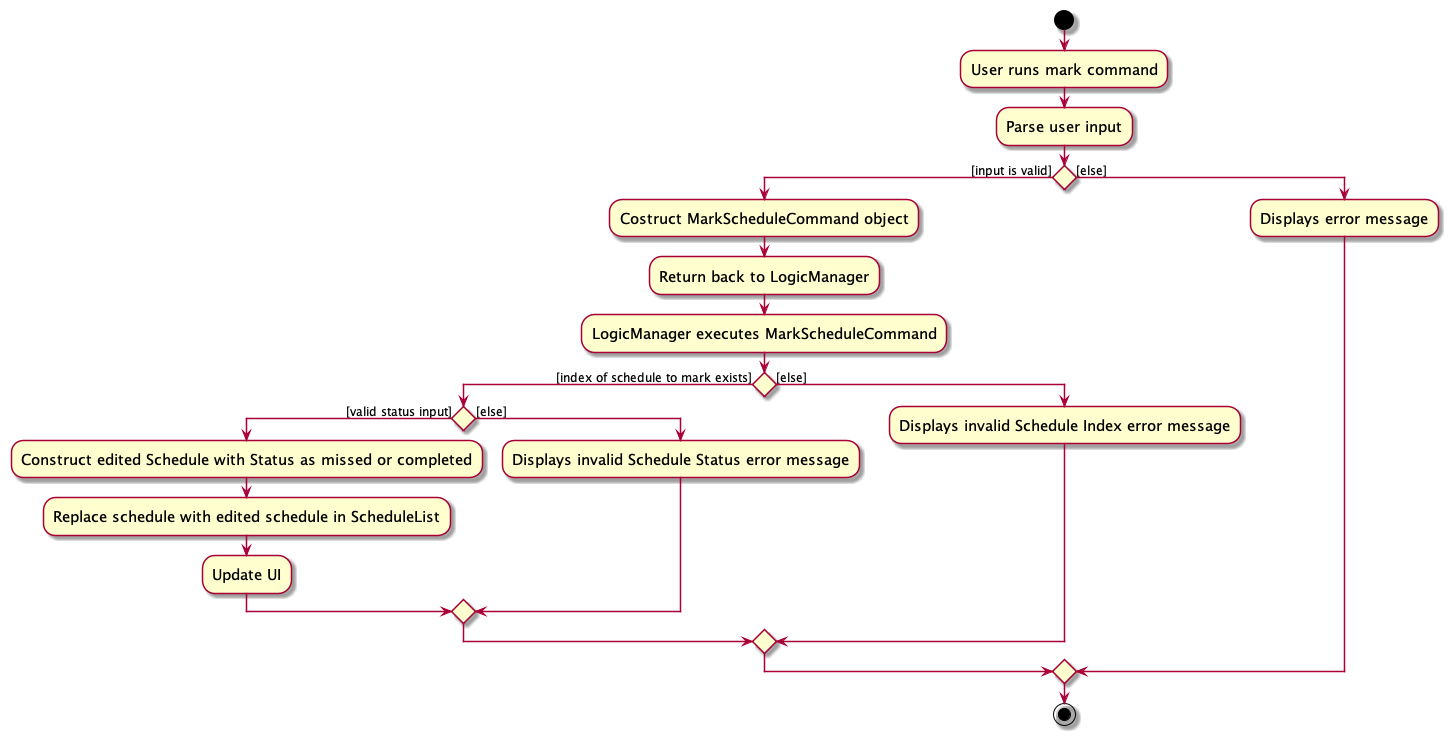
nus-cs2103-AY2324S1/tp keeps this PlantUML diagram as docs/images/MarkScheduleActivityDiagram.png. Above is the earlier version. The source it was exported from:
```plantuml
@startuml
skin rose
skinparam ActivityFontSize 15
skinparam ArrowFontSize 12
start
:User runs mark command;


:Parse user input;

if () then ([input is valid])
    :Costruct MarkScheduleCommand object;
    :Return back to LogicManager;
    :LogicManager executes MarkScheduleCommand;
    if () then ([index of schedule to mark exists])
        if () then ([valid status input])
            :Construct edited Schedule with Status as missed or completed;
            :Replace schedule with edited schedule in ScheduleList;
            :Update UI;
        else ([else])
            :Displays invalid Schedule Status error message;
        endif
    else ([else])
        :Displays invalid Schedule Index error message;
    endif
else ([else])
    :Displays error message;
endif
stop
@enduml
```
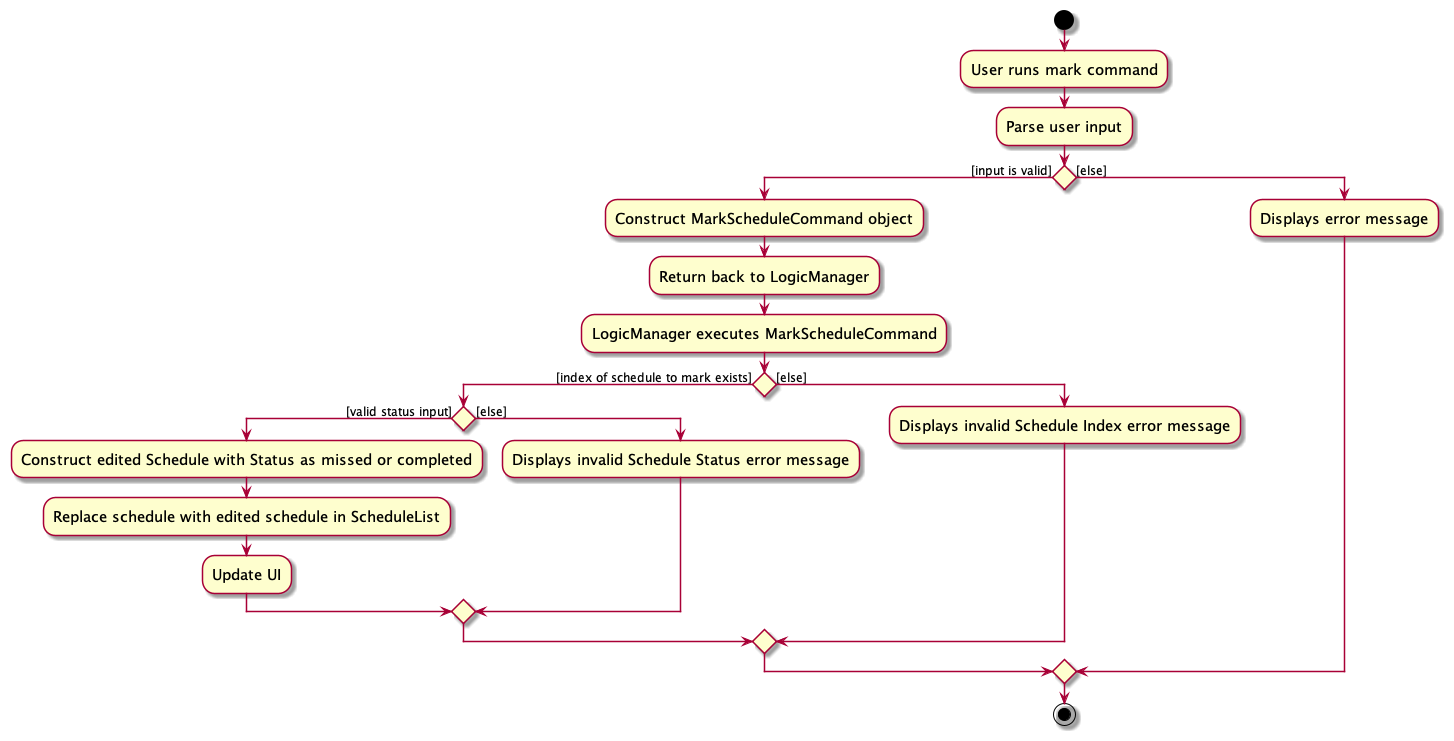
After the change.

What changed in the source:
```diff
@@ -9,7 +9,7 @@
 :Parse user input;
 
 if () then ([input is valid])
-    :Costruct MarkScheduleCommand object;
+    :Construct MarkScheduleCommand object;
     :Return back to LogicManager;
     :LogicManager executes MarkScheduleCommand;
     if () then ([index of schedule to mark exists])
```
